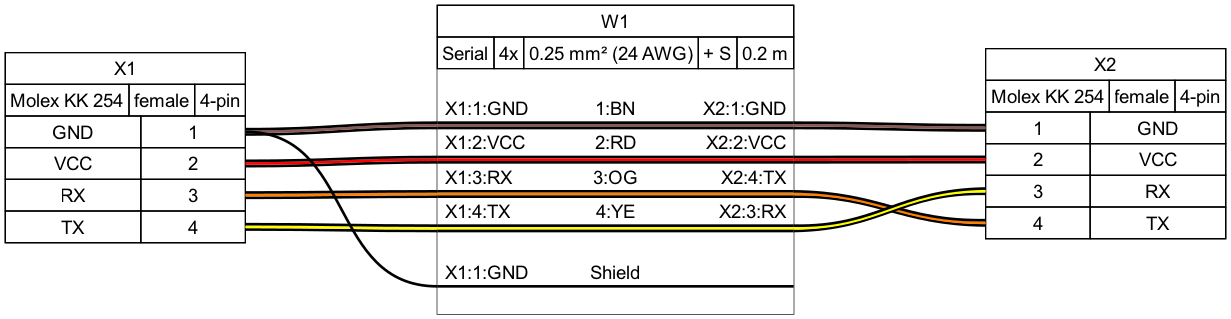
Earlier version of the Graphviz export examples/ex01.png (tobiasfalk/WireViz). Its source is kept beside it as examples/ex01.gv.
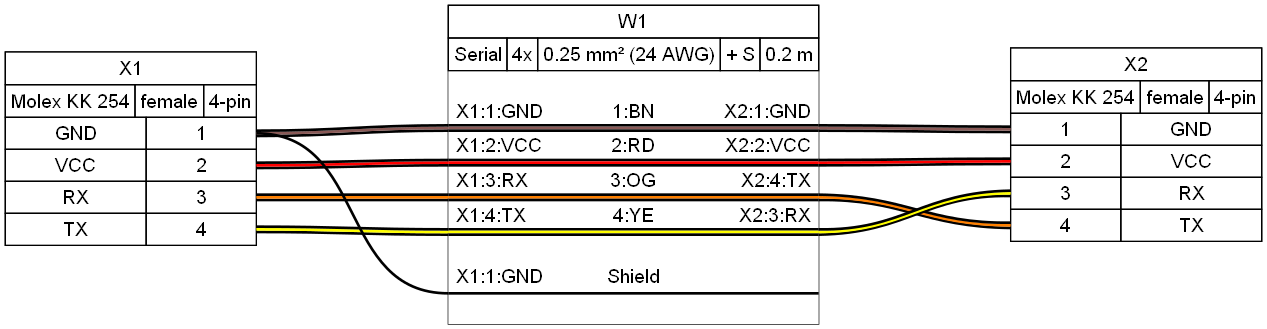
After the commit.

Diff of the diagram source:
```diff
@@ -132,19 +132,7 @@
      <td align="right">X2:1:GND </td>
     </tr>
     <tr>
-     <td border="0" cellspacing="0" cellpadding="0" colspan="5" height="6" port="w1">
-      <table border="0" cellborder="0" cellspacing="0">
-       <tr>
-        <td bgcolor="#000000" border="0" cellpadding="0" colspan="5" height="2"></td>
-       </tr>
-       <tr>
-        <td bgcolor="#895956" border="0" cellpadding="0" colspan="5" height="2"></td>
-       </tr>
-       <tr>
-        <td bgcolor="#000000" border="0" cellpadding="0" colspan="5" height="2"></td>
-       </tr>
-      </table>
-     </td>
+     <td border="0" cellspacing="0" cellpadding="0" colspan="5" height="6" port="w1"></td>
     </tr>
     <tr>
      <td align="left"> X1:2:VCC</td>
@@ -154,19 +142,7 @@
      <td align="right">X2:2:VCC </td>
     </tr>
     <tr>
-     <td border="0" cellspacing="0" cellpadding="0" colspan="5" height="6" port="w2">
-      <table border="0" cellborder="0" cellspacing="0">
-       <tr>
-        <td bgcolor="#000000" border="0" cellpadding="0" colspan="5" height="2"></td>
-       </tr>
-       <tr>
-        <td bgcolor="#FF0000" border="0" cellpadding="0" colspan="5" height="2"></td>
-       </tr>
-       <tr>
-        <td bgcolor="#000000" border="0" cellpadding="0" colspan="5" height="2"></td>
-       </tr>
-      </table>
-     </td>
+     <td border="0" cellspacing="0" cellpadding="0" colspan="5" height="6" port="w2"></td>
     </tr>
     <tr>
      <td align="left"> X1:3:RX</td>
@@ -176,19 +152,7 @@
      <td align="right">X2:4:TX </td>
     </tr>
     <tr>
-     <td border="0" cellspacing="0" cellpadding="0" colspan="5" height="6" port="w3">
-      <table border="0" cellborder="0" cellspacing="0">
-       <tr>
-        <td bgcolor="#000000" border="0" cellpadding="0" colspan="5" height="2"></td>
-       </tr>
-       <tr>
-        <td bgcolor="#FF8000" border="0" cellpadding="0" colspan="5" height="2"></td>
-       </tr>
-       <tr>
-        <td bgcolor="#000000" border="0" cellpadding="0" colspan="5" height="2"></td>
-       </tr>
-      </table>
-     </td>
+     <td border="0" cellspacing="0" cellpadding="0" colspan="5" height="6" port="w3"></td>
     </tr>
     <tr>
      <td align="left"> X1:4:TX</td>
@@ -198,19 +162,7 @@
      <td align="right">X2:3:RX </td>
     </tr>
     <tr>
-     <td border="0" cellspacing="0" cellpadding="0" colspan="5" height="6" port="w4">
-      <table border="0" cellborder="0" cellspacing="0">
-       <tr>
-        <td bgcolor="#000000" border="0" cellpadding="0" colspan="5" height="2"></td>
-       </tr>
-       <tr>
-        <td bgcolor="#FFFF00" border="0" cellpadding="0" colspan="5" height="2"></td>
-       </tr>
-       <tr>
-        <td bgcolor="#000000" border="0" cellpadding="0" colspan="5" height="2"></td>
-       </tr>
-      </table>
-     </td>
+     <td border="0" cellspacing="0" cellpadding="0" colspan="5" height="6" port="w4"></td>
     </tr>
     <tr>
      <td>&nbsp;</td>
@@ -223,13 +175,7 @@
      <td align="right"> </td>
     </tr>
     <tr>
-     <td border="0" cellspacing="0" cellpadding="0" colspan="5" height="2" port="w5">
-      <table border="0" cellborder="0" cellspacing="0">
-       <tr>
-        <td bgcolor="#000000" border="0" cellpadding="0" colspan="5" height="2"></td>
-       </tr>
-      </table>
-     </td>
+     <td border="0" cellspacing="0" cellpadding="0" colspan="5" height="6" port="w5"></td>
     </tr>
     <tr>
      <td>&nbsp;</td>
@@ -253,4 +199,9 @@
 	W1:w4:e -- X2:p3l:w
 	edge [color="#000000"]
 	X1:p1r:e -- W1:w5:w
+	W1:w1:e -- W1:w1:w [color="#000000:#895956:#000000" straight=straight]
+	W1:w2:e -- W1:w2:w [color="#000000:#FF0000:#000000" straight=straight]
+	W1:w3:e -- W1:w3:w [color="#000000:#FF8000:#000000" straight=straight]
+	W1:w4:e -- W1:w4:w [color="#000000:#FFFF00:#000000" straight=straight]
+	W1:w5:e -- W1:w5:w [color="#000000" straight=straight]
 }
```
